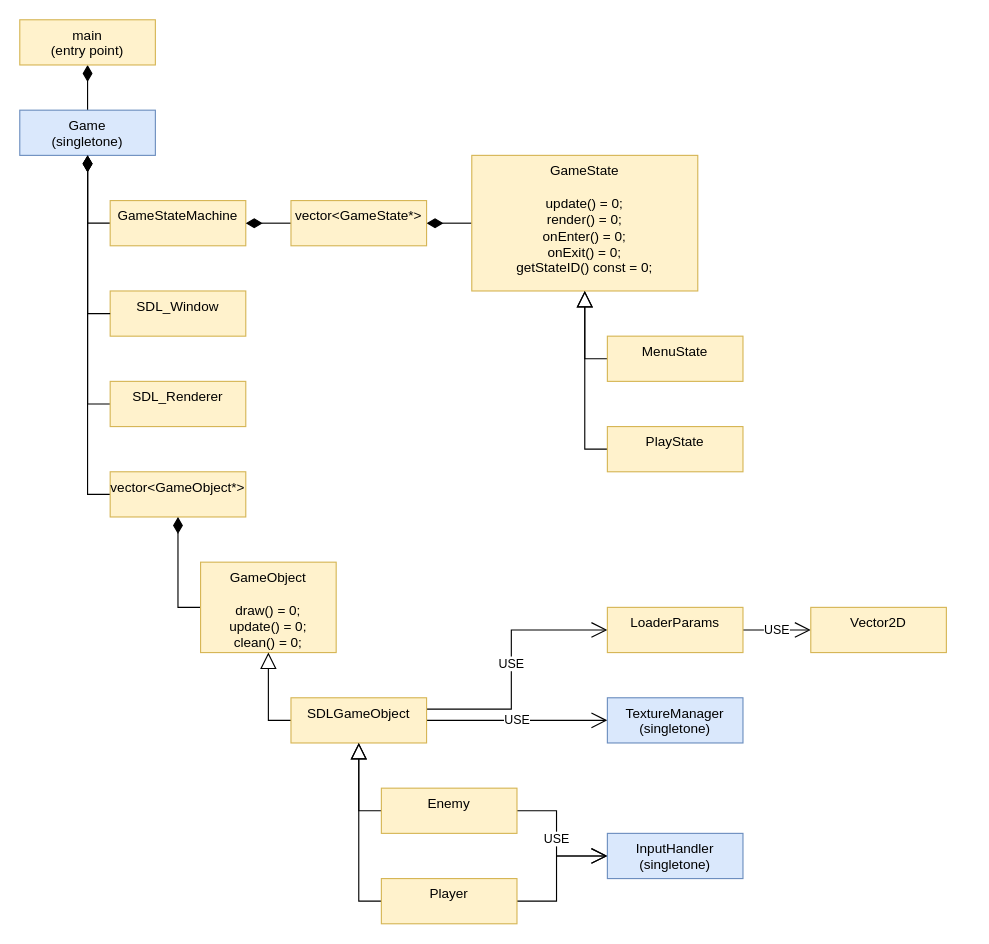
ArTarOne/CppProjects keeps this draw.io diagram as time/2021-12-30_1300_SDLGame/SDLGame/SDLGameUML.drawio. Above is the earlier version. Source tidied: cells renumbered, new cells numbered last; positions are measured from the earlier drawing's top-left corner, leaving out a move shared by most shapes. Both pictures are drawn from the tidied source at 113%, with x=0, y=0 at pixel (19, 19).
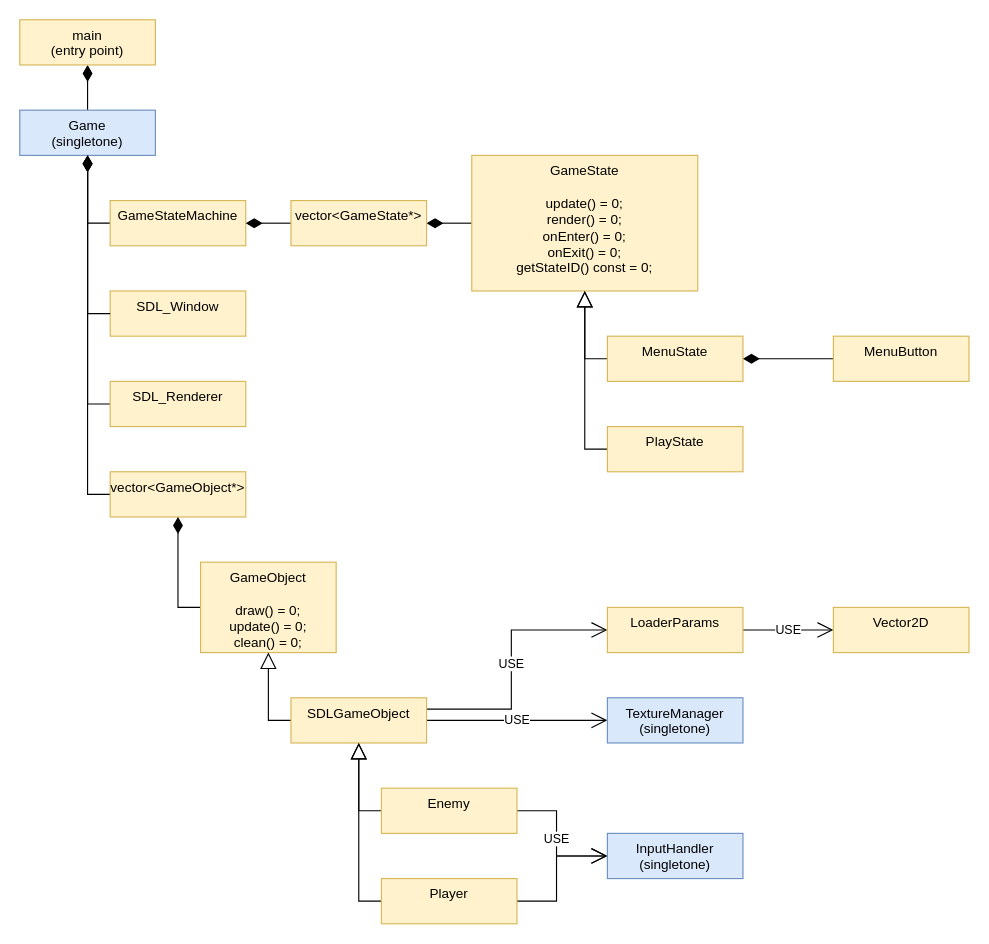
The same page after the edit.

The change refers to these unchanged cells:
```xml
<mxCell id="33" value="MenuState" style="rounded=0;whiteSpace=wrap;html=1;verticalAlign=top;fillColor=#fff2cc;strokeColor=#d6b656;" parent="1" vertex="1">
  <mxGeometry x="520" y="280" width="120" height="40" as="geometry" />
</mxCell>
```

Diff of the diagram source:
```diff
@@
     <mxCell id="37" value="Vector2D" style="rounded=0;whiteSpace=wrap;html=1;verticalAlign=top;fillColor=#fff2cc;strokeColor=#d6b656;" parent="1" vertex="1">
-      <mxGeometry x="700" y="520" width="120" height="40" as="geometry" />
+      <mxGeometry x="720" y="520" width="120" height="40" as="geometry" />
     </mxCell>
+    <mxCell id="38" style="edgeStyle=orthogonalEdgeStyle;rounded=0;jettySize=auto;html=1;exitX=0;exitY=0.5;exitDx=0;exitDy=0;entryX=1;entryY=0.5;entryDx=0;entryDy=0;endArrow=diamondThin;endFill=1;startSize=12;endSize=12;" parent="1" edge="1" source="39" target="33">
+      <mxGeometry relative="1" as="geometry" />
+    </mxCell>
+    <mxCell id="39" value="MenuButton" style="rounded=0;whiteSpace=wrap;html=1;verticalAlign=top;fillColor=#fff2cc;strokeColor=#d6b656;" parent="1" vertex="1">
+      <mxGeometry x="720" y="280" width="120" height="40" as="geometry" />
+    </mxCell>
```
